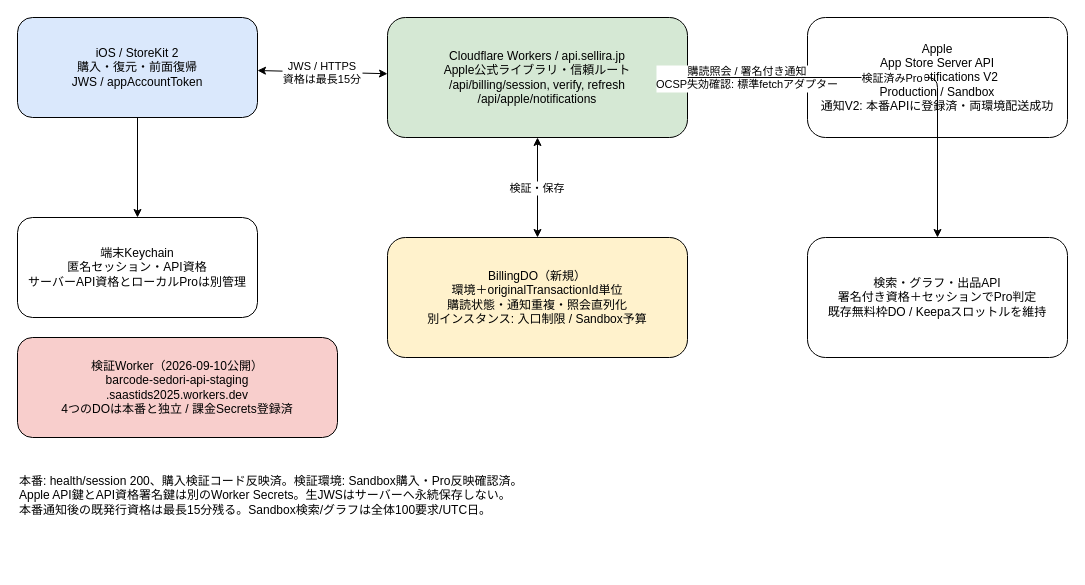
The draw.io diagram page "Pro購入検証（本番反映済）" (2 of 2) of docs/infra.drawio in yuriasu2/-barcode_sedori, before the edit. Source tidied: cells renumbered, new cells numbered last; positions are measured from the earlier drawing's top-left corner, leaving out a move shared by most shapes. Both pictures are drawn from the tidied source at 100%, with x=0, y=0 at pixel (17, 17).
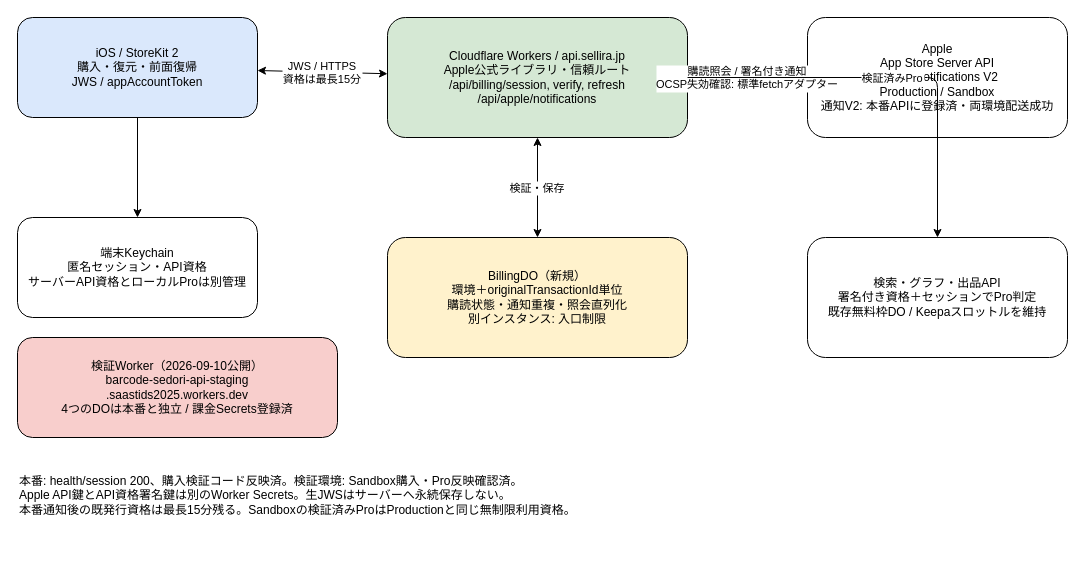
Above is the later version.

Change to the diagram source:
```diff
@@
 <mxGraphModel>
   <root>
     <mxCell id="0" />
     <mxCell id="1" parent="0" />
     <mxCell id="2" value="iOS / StoreKit 2&#10;購入・復元・前面復帰&#10;JWS / appAccountToken" style="rounded=1;whiteSpace=wrap;html=1;fillColor=#dae8fc;" parent="1" vertex="1">
       <mxGeometry width="240" height="100" as="geometry" />
     </mxCell>
     <mxCell id="3" value="端末Keychain&#10;匿名セッション・API資格&#10;サーバーAPI資格とローカルProは別管理" style="rounded=1;whiteSpace=wrap;html=1;" parent="1" vertex="1">
       <mxGeometry y="200" width="240" height="100" as="geometry" />
     </mxCell>
     <mxCell id="4" value="Cloudflare Workers / api.sellira.jp&#10;Apple公式ライブラリ・信頼ルート&#10;/api/billing/session, verify, refresh&#10;/api/apple/notifications" style="rounded=1;whiteSpace=wrap;html=1;fillColor=#d5e8d4;" parent="1" vertex="1">
       <mxGeometry x="370" width="300" height="120" as="geometry" />
     </mxCell>
-    <mxCell id="5" value="BillingDO（新規）&#10;環境＋originalTransactionId単位&#10;購読状態・通知重複・照会直列化&#10;別インスタンス: 入口制限 / Sandbox予算" style="rounded=1;whiteSpace=wrap;html=1;fillColor=#fff2cc;" parent="1" vertex="1">
+    <mxCell id="5" value="BillingDO（新規）&#10;環境＋originalTransactionId単位&#10;購読状態・通知重複・照会直列化&#10;別インスタンス: 入口制限" style="rounded=1;whiteSpace=wrap;html=1;fillColor=#fff2cc;" parent="1" vertex="1">
       <mxGeometry x="370" y="220" width="300" height="120" as="geometry" />
     </mxCell>
     <mxCell id="6" value="Apple&#10;App Store Server API&#10;Server Notifications V2&#10;Production / Sandbox&#10;通知V2: 本番APIに登録済・両環境配送成功" style="rounded=1;whiteSpace=wrap;html=1;" parent="1" vertex="1">
       <mxGeometry x="790" width="260" height="120" as="geometry" />
     </mxCell>
     <mxCell id="7" value="検索・グラフ・出品API&#10;署名付き資格＋セッションでPro判定&#10;既存無料枠DO / Keepaスロットルを維持" style="rounded=1;whiteSpace=wrap;html=1;" parent="1" vertex="1">
       <mxGeometry x="790" y="220" width="260" height="120" as="geometry" />
     </mxCell>
     <mxCell id="8" value="JWS / HTTPS&#10;資格は最長15分" style="endArrow=classic;startArrow=classic;" parent="1" edge="1" source="2" target="4">
       <mxGeometry relative="1" as="geometry" />
     </mxCell>
     <mxCell id="9" style="endArrow=classic;" parent="1" edge="1" source="2" target="3">
       <mxGeometry relative="1" as="geometry" />
     </mxCell>
     <mxCell id="10" value="検証・保存" style="endArrow=classic;startArrow=classic;" parent="1" edge="1" source="4" target="5">
       <mxGeometry relative="1" as="geometry" />
     </mxCell>
     <mxCell id="11" value="購読照会 / 署名付き通知&#10;OCSP失効確認: 標準fetchアダプター" style="endArrow=classic;startArrow=classic;" parent="1" edge="1" source="4" target="6">
       <mxGeometry relative="1" as="geometry" />
     </mxCell>
     <mxCell id="12" value="検証済みPro" style="endArrow=classic;edgeStyle=orthogonalEdgeStyle;" parent="1" edge="1" source="4" target="7">
       <mxGeometry relative="1" as="geometry" />
     </mxCell>
     <mxCell id="13" value="検証Worker（2026-09-10公開）&#10;barcode-sedori-api-staging&#10;.saastids2025.workers.dev&#10;4つのDOは本番と独立 / 課金Secrets登録済" style="rounded=1;whiteSpace=wrap;html=1;fillColor=#f8cecc;" parent="1" vertex="1">
       <mxGeometry y="320" width="320" height="100" as="geometry" />
     </mxCell>
-    <mxCell id="14" value="本番: health/session 200、購入検証コード反映済。検証環境: Sandbox購入・Pro反映確認済。&#10;Apple API鍵とAPI資格署名鍵は別のWorker Secrets。生JWSはサーバーへ永続保存しない。&#10;本番通知後の既発行資格は最長15分残る。Sandbox検索/グラフは全体100要求/UTC日。" style="text;whiteSpace=wrap;html=1;" parent="1" vertex="1">
+    <mxCell id="14" value="本番: health/session 200、購入検証コード反映済。検証環境: Sandbox購入・Pro反映確認済。&#10;Apple API鍵とAPI資格署名鍵は別のWorker Secrets。生JWSはサーバーへ永続保存しない。&#10;本番通知後の既発行資格は最長15分残る。Sandboxの検証済みProはProductionと同じ無制限利用資格。" style="text;whiteSpace=wrap;html=1;" parent="1" vertex="1">
       <mxGeometry y="450" width="1050" height="100" as="geometry" />
     </mxCell>
   </root>
 </mxGraphModel>
```
